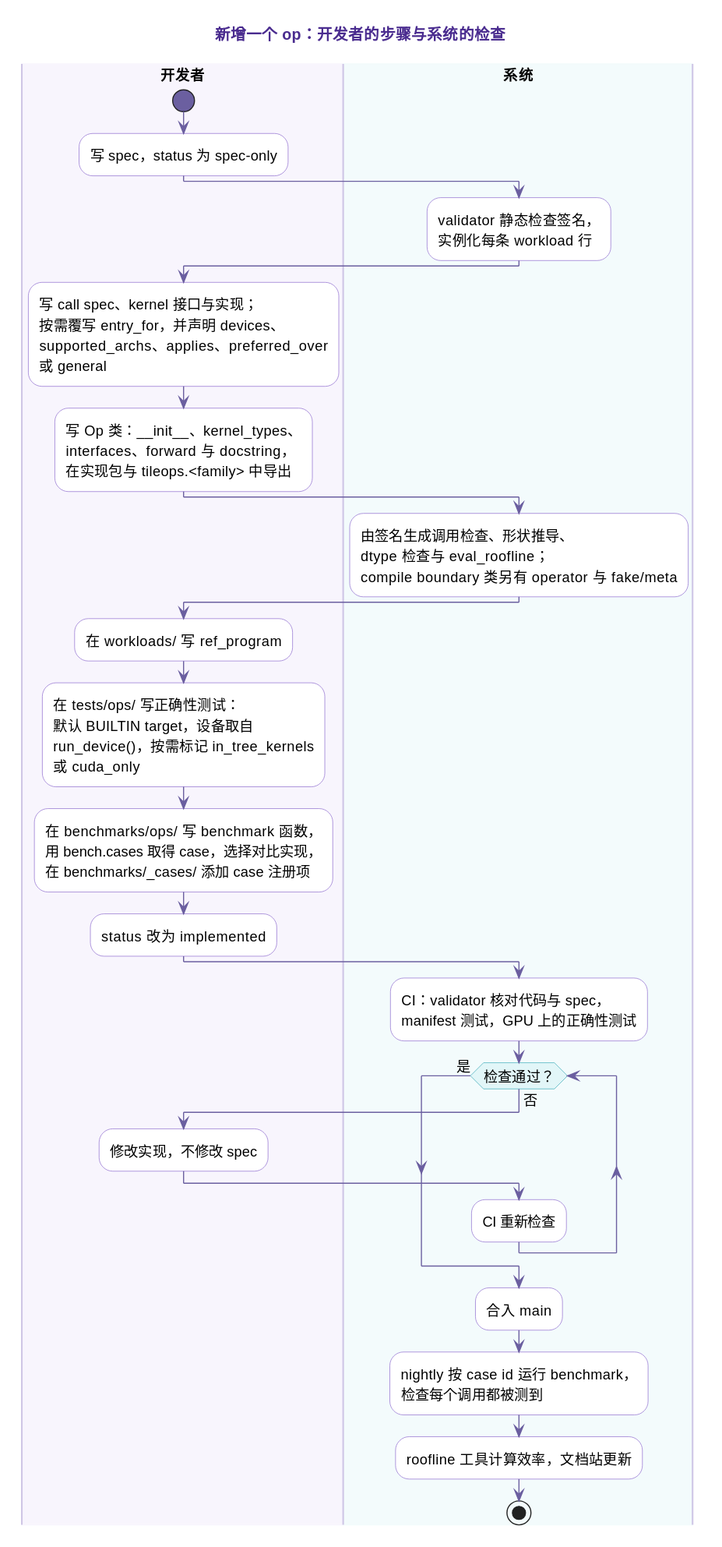
Above: docs/user-guide/manifest/img/new-op.zh.svg in lcy-seso/TileOPs.github.io (PlantUML), before the change.
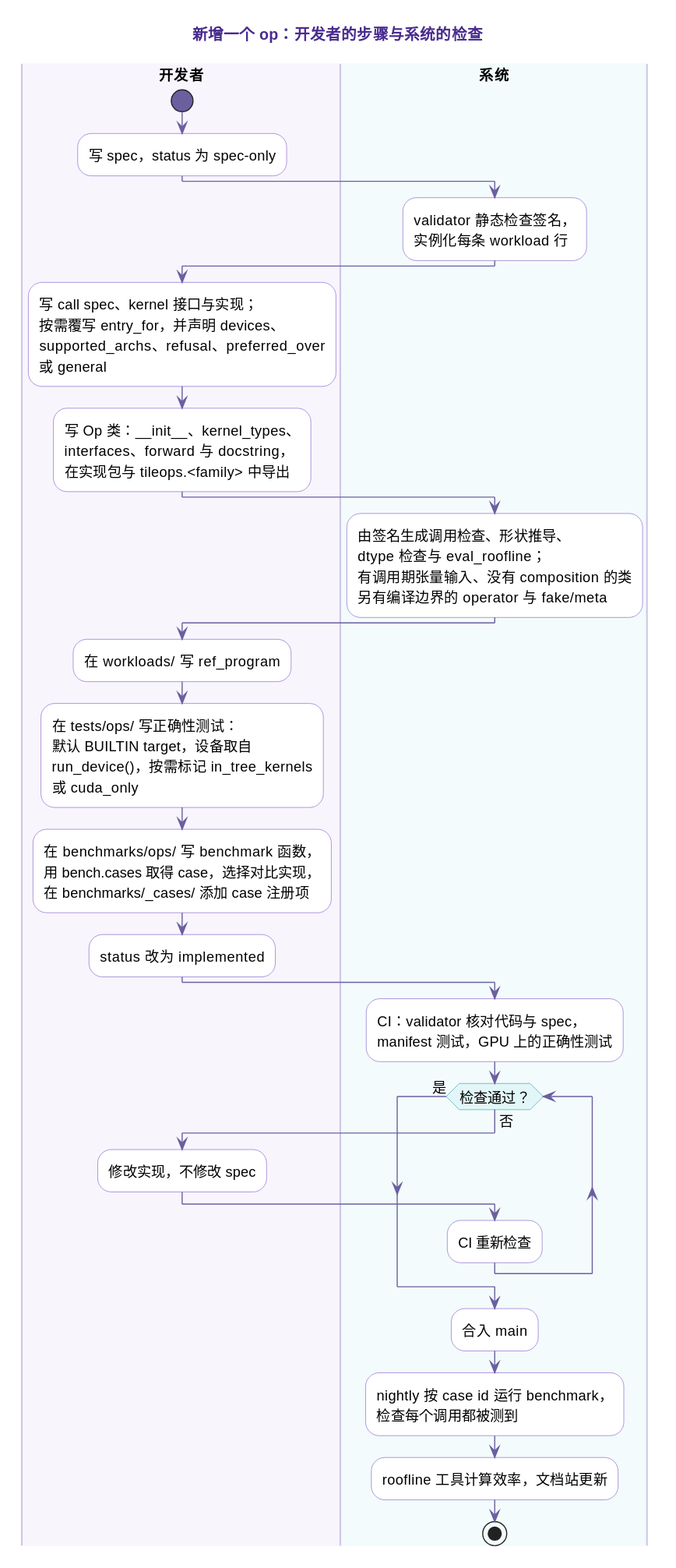
Later version of the same file.

Change to the diagram source:
```diff
@@ -27,7 +27,7 @@
 |开发者|
 :写 call spec、kernel 接口与实现；
 按需覆写 entry_for，并声明 devices、
-supported_archs、applies、preferred_over
+supported_archs、refusal、preferred_over
 或 general;
 :写 Op 类：~__init~__、kernel_types、
 interfaces、forward 与 docstring，
@@ -35,7 +35,8 @@
 |系统|
 :由签名生成调用检查、形状推导、
 dtype 检查与 eval_roofline；
-compile boundary 类另有 operator 与 fake/meta;
+有调用期张量输入、没有 composition 的类
+另有编译边界的 operator 与 fake/meta;
 |开发者|
 :在 workloads/ 写 ref_program;
 :在 tests/ops/ 写正确性测试：
```
